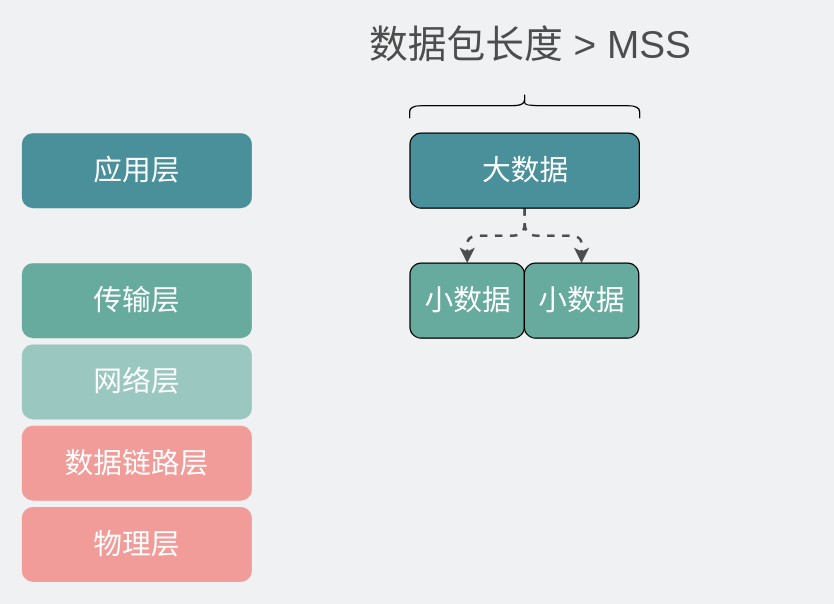
Above: network/MSS分包.drawio in xiaobaiTech/image (draw.io), before the change. Source tidied: cells renumbered, new cells numbered last; positions are measured from the earlier drawing's top-left corner, leaving out a move shared by most shapes. Both pictures are drawn from the tidied source at 125%, with x=0, y=0 at pixel (21, -10).
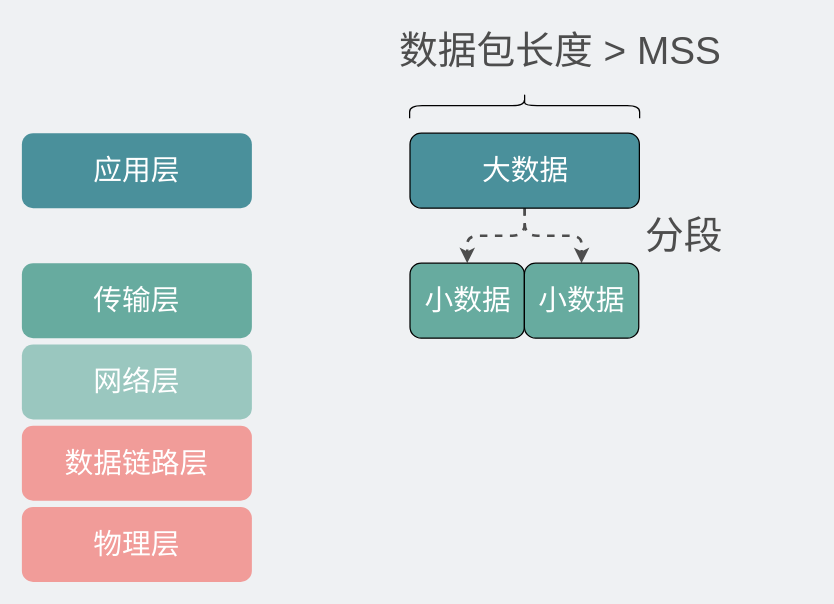
After the change.

What changed in the source:
```diff
@@
 <mxGraphModel background="#EFF1F3">
   <root>
     <mxCell id="0" />
     <mxCell id="1" parent="0" />
     <mxCell id="2" value="&lt;font style=&quot;font-size: 23px;&quot;&gt;应用层&lt;/font&gt;" style="rounded=1;whiteSpace=wrap;html=1;fillColor=#4a909b;strokeColor=none;fontColor=#FFFFFF;" parent="1" vertex="1">
       <mxGeometry y="114" width="184" height="60" as="geometry" />
     </mxCell>
     <mxCell id="3" value="&lt;font style=&quot;font-size: 23px;&quot;&gt;传输层&lt;/font&gt;" style="rounded=1;whiteSpace=wrap;html=1;fillColor=#67AB9F;strokeColor=none;fontColor=#FFFFFF;" parent="1" vertex="1">
       <mxGeometry y="218" width="184" height="60" as="geometry" />
     </mxCell>
     <mxCell id="4" value="&lt;font style=&quot;font-size: 23px;&quot;&gt;网络层&lt;/font&gt;" style="rounded=1;whiteSpace=wrap;html=1;fillColor=#9AC7BF;strokeColor=none;fontColor=#FFFFFF;" parent="1" vertex="1">
       <mxGeometry y="283" width="184" height="60" as="geometry" />
     </mxCell>
     <mxCell id="5" value="&lt;font style=&quot;font-size: 23px;&quot;&gt;数据链路层&lt;/font&gt;" style="rounded=1;whiteSpace=wrap;html=1;fillColor=#F19C99;strokeColor=none;fontColor=#FFFFFF;" parent="1" vertex="1">
       <mxGeometry y="348" width="184" height="60" as="geometry" />
     </mxCell>
     <mxCell id="6" value="&lt;font style=&quot;font-size: 23px;&quot;&gt;物理层&lt;/font&gt;" style="rounded=1;whiteSpace=wrap;html=1;fillColor=#F19C99;strokeColor=none;fontColor=#FFFFFF;" parent="1" vertex="1">
       <mxGeometry y="413" width="184" height="60" as="geometry" />
     </mxCell>
     <mxCell id="7" style="edgeStyle=orthogonalEdgeStyle;rounded=1;jettySize=auto;html=1;exitX=0.5;exitY=1;exitDx=0;exitDy=0;dashed=1;strokeColor=#4D4D4D;strokeWidth=2;" parent="1" edge="1" source="9" target="11">
       <mxGeometry relative="1" as="geometry" />
     </mxCell>
     <mxCell id="8" style="edgeStyle=orthogonalEdgeStyle;rounded=1;jettySize=auto;html=1;exitX=0.5;exitY=1;exitDx=0;exitDy=0;entryX=0.5;entryY=0;entryDx=0;entryDy=0;dashed=1;strokeColor=#4D4D4D;strokeWidth=2;" parent="1" edge="1" source="9" target="12">
       <mxGeometry relative="1" as="geometry" />
     </mxCell>
     <mxCell id="9" value="&lt;font style=&quot;font-size: 23px;&quot;&gt;大数据&lt;/font&gt;" style="rounded=1;whiteSpace=wrap;html=1;fillColor=#4a909b;strokeColor=default;fontColor=#FFFFFF;" parent="1" vertex="1">
       <mxGeometry x="310.5" y="114" width="183.5" height="60" as="geometry" />
     </mxCell>
     <mxCell id="10" value="&lt;font color=&quot;#4d4d4d&quot; style=&quot;font-size: 31px;&quot;&gt;数据包长度 &amp;gt; MSS&lt;/font&gt;" style="text;html=1;strokeColor=none;fillColor=none;align=center;verticalAlign=middle;whiteSpace=wrap;rounded=0;" parent="1" vertex="1">
-      <mxGeometry x="264" y="28" width="286" height="30" as="geometry" />
+      <mxGeometry x="229" y="33" width="404" height="30" as="geometry" />
     </mxCell>
     <mxCell id="11" value="&lt;font style=&quot;font-size: 23px;&quot;&gt;小数据&lt;/font&gt;" style="rounded=1;whiteSpace=wrap;html=1;fillColor=#67AB9F;strokeColor=default;fontColor=#FFFFFF;" parent="1" vertex="1">
       <mxGeometry x="310.5" y="218" width="91.5" height="60" as="geometry" />
     </mxCell>
     <mxCell id="12" value="&lt;font style=&quot;font-size: 23px;&quot;&gt;小数据&lt;/font&gt;" style="rounded=1;whiteSpace=wrap;html=1;fillColor=#67AB9F;strokeColor=default;fontColor=#FFFFFF;" parent="1" vertex="1">
       <mxGeometry x="402" y="218" width="91.5" height="60" as="geometry" />
     </mxCell>
     <mxCell id="13" style="shape=curlyBracket;whiteSpace=wrap;html=1;rounded=1;flipH=1;labelPosition=right;verticalLabelPosition=middle;align=left;verticalAlign=middle;rotation=-90;" parent="1" vertex="1">
       <mxGeometry x="392.2" width="20" height="184" as="geometry" />
     </mxCell>
+    <mxCell id="14" value="&lt;font color=&quot;#4d4d4d&quot; style=&quot;font-size: 31px;&quot;&gt;分段&lt;/font&gt;" style="text;html=1;strokeColor=none;fillColor=none;align=center;verticalAlign=middle;whiteSpace=wrap;rounded=0;" parent="1" vertex="1">
+      <mxGeometry x="494" y="181" width="72" height="30" as="geometry" />
+    </mxCell>
   </root>
 </mxGraphModel>
```
